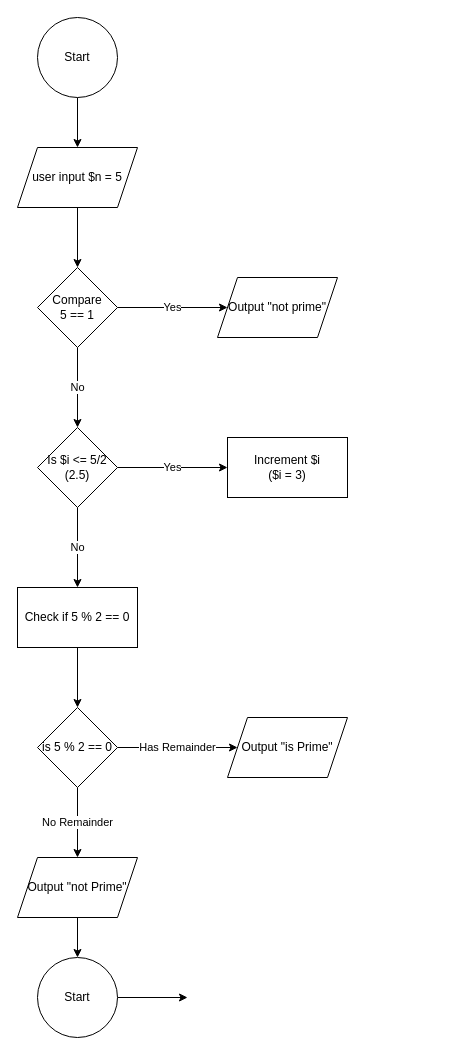
This is isprime.drawio from ArinGitPort/practicePhp, a draw.io file, before an edit. Source tidied: cells renumbered, new cells numbered last; positions are measured from the earlier drawing's top-left corner, leaving out a move shared by most shapes. Both pictures are drawn from the tidied source at 100%, with x=0, y=0 at pixel (17, 17).
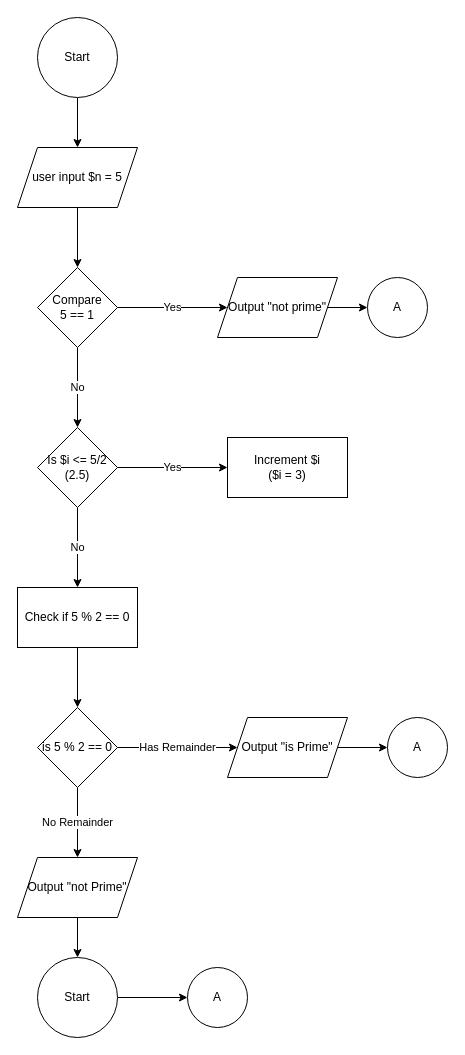
Above is the later version.

The change refers to these unchanged cells:
```xml
<mxCell id="9" value="Output &quot;not prime&quot;" style="shape=parallelogram;perimeter=parallelogramPerimeter;whiteSpace=wrap;html=1;fixedSize=1;" parent="1" vertex="1">
  <mxGeometry x="200" y="260" width="120" height="60" as="geometry" />
</mxCell>
<mxCell id="19" value="Output &quot;is Prime&quot;" style="shape=parallelogram;perimeter=parallelogramPerimeter;whiteSpace=wrap;html=1;fixedSize=1;" parent="1" vertex="1">
  <mxGeometry x="210" y="700" width="120" height="60" as="geometry" />
</mxCell>
```

The edit, as a diff of the source:
```diff
@@
+    <mxCell id="24" style="edgeStyle=none;html=1;exitX=1;exitY=0.5;exitDx=0;exitDy=0;entryX=0;entryY=0.5;entryDx=0;entryDy=0;" parent="1" edge="1" source="9" target="28">
+      <mxGeometry relative="1" as="geometry" />
+    </mxCell>
@@
+    <mxCell id="25" style="edgeStyle=none;html=1;entryX=0;entryY=0.5;entryDx=0;entryDy=0;" parent="1" edge="1" source="19" target="27">
+      <mxGeometry relative="1" as="geometry" />
+    </mxCell>
@@
+    <mxCell id="26" value="A" style="ellipse;whiteSpace=wrap;html=1;" parent="1" vertex="1">
+      <mxGeometry x="170" y="950" width="60" height="60" as="geometry" />
+    </mxCell>
+    <mxCell id="27" value="A" style="ellipse;whiteSpace=wrap;html=1;" parent="1" vertex="1">
+      <mxGeometry x="370" y="700" width="60" height="60" as="geometry" />
+    </mxCell>
+    <mxCell id="28" value="A" style="ellipse;whiteSpace=wrap;html=1;" parent="1" vertex="1">
+      <mxGeometry x="350" y="260" width="60" height="60" as="geometry" />
+    </mxCell>
```
